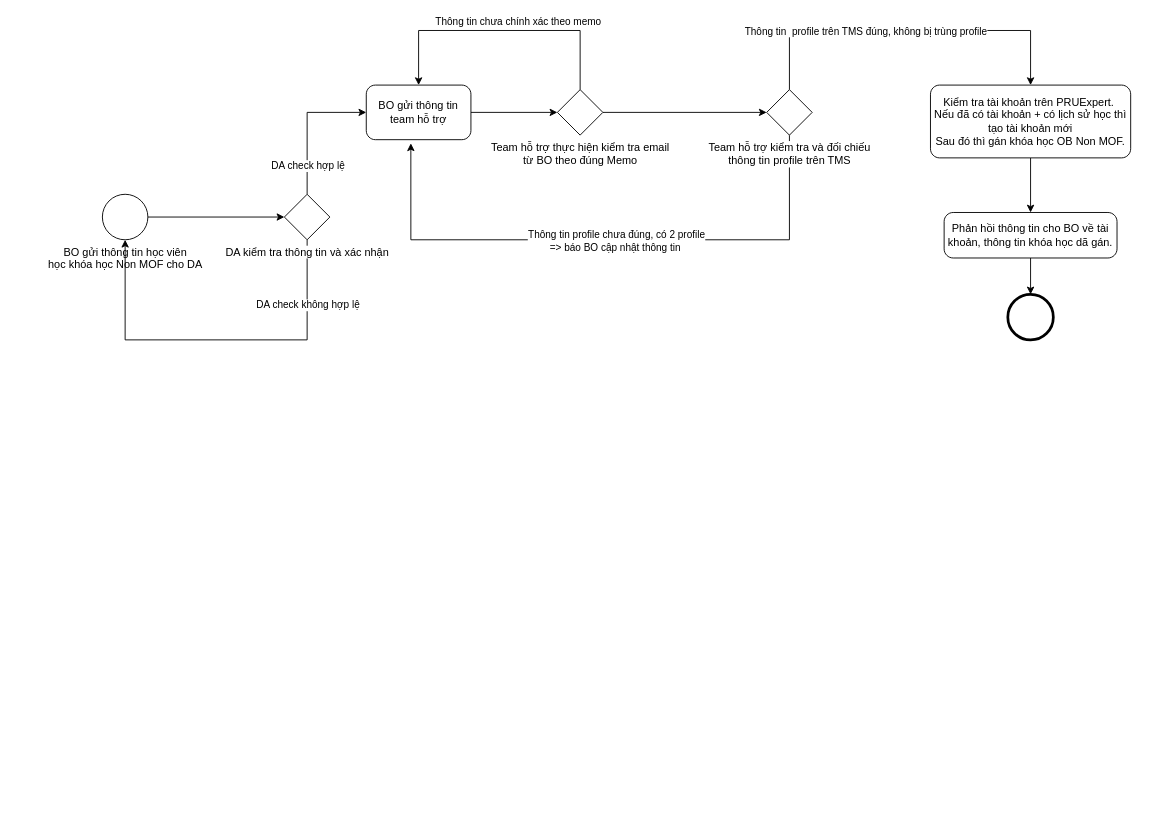
The draw.io diagram page "NoN MOF" (1 of 3) of Untitled Diagram.drawio in thanhluandhsp/litmos, before the edit. Source tidied: cells renumbered, new cells numbered last; positions are measured from the earlier drawing's top-left corner, leaving out a move shared by most shapes. Both pictures are drawn from the tidied source at 91%, with x=0, y=0 at pixel (102, 30).
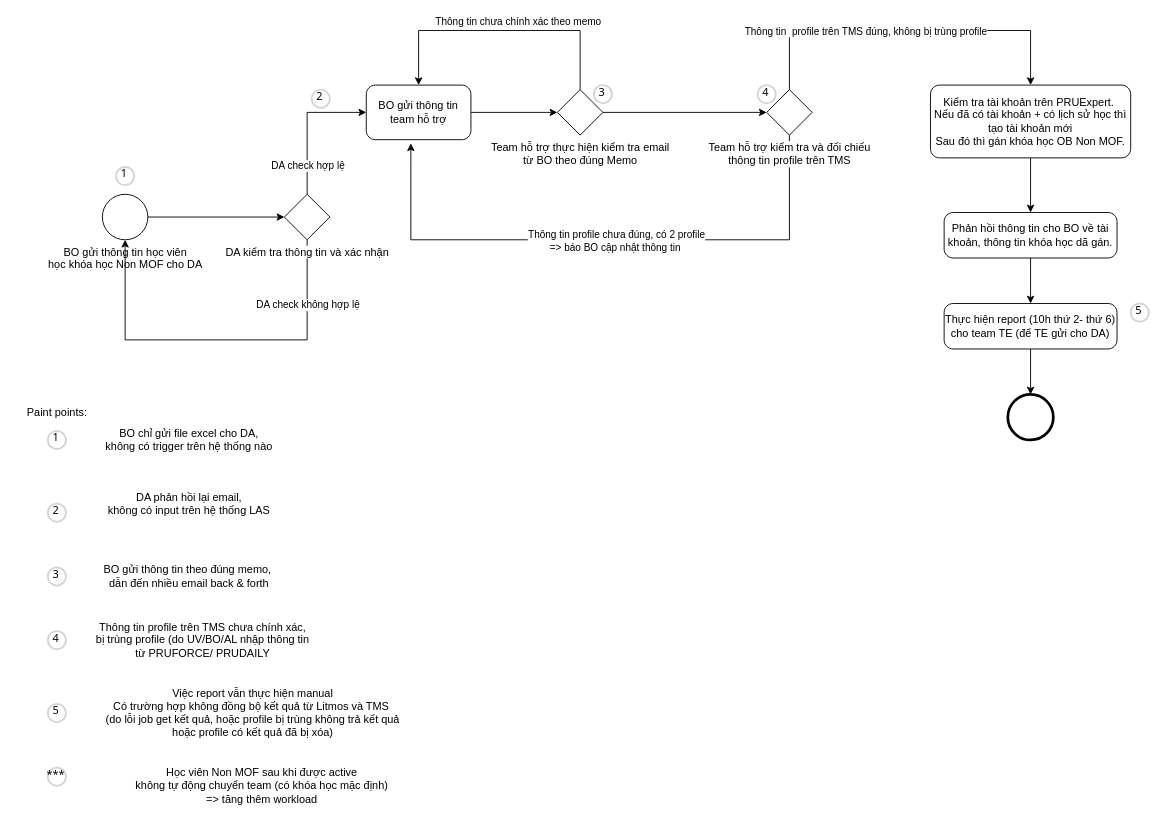
The same diagram, later.

Unchanged cells that the change refers to:
```xml
<mxCell id="23" value="Phản hồi thông tin cho BO về tài khoản, thông tin khóa học dã gán." style="points=[[0.25,0,0],[0.5,0,0],[0.75,0,0],[1,0.25,0],[1,0.5,0],[1,0.75,0],[0.75,1,0],[0.5,1,0],[0.25,1,0],[0,0.75,0],[0,0.5,0],[0,0.25,0]];shape=mxgraph.bpmn.task;whiteSpace=wrap;rectStyle=rounded;size=10;html=1;taskMarker=abstract;" parent="1" vertex="1">
  <mxGeometry x="925" y="200" width="190" height="50" as="geometry" />
</mxCell>
```

Change to the diagram source:
```diff
@@
-    <mxCell id="22" style="edgeStyle=orthogonalEdgeStyle;rounded=0;jettySize=auto;html=1;entryX=0.5;entryY=0;entryDx=0;entryDy=0;entryPerimeter=0;" parent="1" edge="1" source="23" target="24">
-      <mxGeometry relative="1" as="geometry" />
-    </mxCell>
+    <mxCell id="25" style="edgeStyle=orthogonalEdgeStyle;rounded=0;jettySize=auto;html=1;entryX=0.5;entryY=0;entryDx=0;entryDy=0;entryPerimeter=0;" parent="1" edge="1" source="23" target="40">
+      <mxGeometry relative="1" as="geometry" />
+    </mxCell>
@@
     <mxCell id="24" style="points=[[0.145,0.145,0],[0.5,0,0],[0.855,0.145,0],[1,0.5,0],[0.855,0.855,0],[0.5,1,0],[0.145,0.855,0],[0,0.5,0]];shape=mxgraph.bpmn.event;html=1;verticalLabelPosition=bottom;labelBackgroundColor=#ffffff;verticalAlign=top;align=center;perimeter=ellipsePerimeter;outlineConnect=0;outline=end;symbol=terminate2;" parent="1" vertex="1">
-      <mxGeometry x="995" y="290" width="50" height="50" as="geometry" />
+      <mxGeometry x="995" y="400" width="50" height="50" as="geometry" />
     </mxCell>
+    <mxCell id="26" value="1" style="ellipse;whiteSpace=wrap;html=1;strokeWidth=2;fontFamily=Tahoma;spacingBottom=4;spacingRight=2;strokeColor=#d3d3d3;" parent="1" vertex="1">
+      <mxGeometry x="15" y="150" width="20" height="20" as="geometry" />
+    </mxCell>
+    <mxCell id="27" value="Paint points:" style="text;html=1;align=center;verticalAlign=middle;strokeColor=none;fillColor=none;" parent="1" vertex="1">
+      <mxGeometry x="-95" y="405" width="90" height="30" as="geometry" />
+    </mxCell>
+    <mxCell id="28" value="1" style="ellipse;whiteSpace=wrap;html=1;strokeWidth=2;fontFamily=Tahoma;spacingBottom=4;spacingRight=2;strokeColor=#d3d3d3;" parent="1" vertex="1">
+      <mxGeometry x="-60" y="440" width="20" height="20" as="geometry" />
+    </mxCell>
+    <mxCell id="29" value="BO chỉ gửi file excel cho DA, &lt;br&gt;không có trigger trên hệ thống nào" style="text;html=1;align=center;verticalAlign=middle;strokeColor=none;fillColor=none;" parent="1" vertex="1">
+      <mxGeometry x="-10" y="430" width="210" height="40" as="geometry" />
+    </mxCell>
+    <mxCell id="30" value="2" style="ellipse;whiteSpace=wrap;html=1;strokeWidth=2;fontFamily=Tahoma;spacingBottom=4;spacingRight=2;strokeColor=#d3d3d3;" parent="1" vertex="1">
+      <mxGeometry x="230" y="65" width="20" height="20" as="geometry" />
+    </mxCell>
+    <mxCell id="31" value="2" style="ellipse;whiteSpace=wrap;html=1;strokeWidth=2;fontFamily=Tahoma;spacingBottom=4;spacingRight=2;strokeColor=#d3d3d3;" parent="1" vertex="1">
+      <mxGeometry x="-60" y="520" width="20" height="20" as="geometry" />
+    </mxCell>
+    <mxCell id="32" value="DA phản hồi lại email, &lt;br&gt;không có input trên hệ thống LAS&lt;br&gt;" style="text;html=1;align=center;verticalAlign=middle;strokeColor=none;fillColor=none;" parent="1" vertex="1">
+      <mxGeometry x="-5" y="500" width="200" height="40" as="geometry" />
+    </mxCell>
+    <mxCell id="33" value="3" style="ellipse;whiteSpace=wrap;html=1;strokeWidth=2;fontFamily=Tahoma;spacingBottom=4;spacingRight=2;strokeColor=#d3d3d3;" parent="1" vertex="1">
+      <mxGeometry x="540" y="60" width="20" height="20" as="geometry" />
+    </mxCell>
+    <mxCell id="34" value="4" style="ellipse;whiteSpace=wrap;html=1;strokeWidth=2;fontFamily=Tahoma;spacingBottom=4;spacingRight=2;strokeColor=#d3d3d3;" parent="1" vertex="1">
+      <mxGeometry x="720" y="60" width="20" height="20" as="geometry" />
+    </mxCell>
+    <mxCell id="35" value="3" style="ellipse;whiteSpace=wrap;html=1;strokeWidth=2;fontFamily=Tahoma;spacingBottom=4;spacingRight=2;strokeColor=#d3d3d3;" parent="1" vertex="1">
+      <mxGeometry x="-60" y="590" width="20" height="20" as="geometry" />
+    </mxCell>
+    <mxCell id="36" value="BO gửi thông tin theo đúng memo,&amp;nbsp;&lt;br&gt;dẫn đến nhiều email back &amp;amp; forth" style="text;html=1;align=center;verticalAlign=middle;strokeColor=none;fillColor=none;" parent="1" vertex="1">
+      <mxGeometry x="-10" y="580" width="210" height="40" as="geometry" />
+    </mxCell>
+    <mxCell id="37" value="4" style="ellipse;whiteSpace=wrap;html=1;strokeWidth=2;fontFamily=Tahoma;spacingBottom=4;spacingRight=2;strokeColor=#d3d3d3;" parent="1" vertex="1">
+      <mxGeometry x="-60" y="660" width="20" height="20" as="geometry" />
+    </mxCell>
+    <mxCell id="38" value="Thông tin profile trên TMS chưa chính xác, &lt;br&gt;bị trùng profile (do UV/BO/AL nhập thông tin &lt;br&gt;từ PRUFORCE/ PRUDAILY" style="text;html=1;align=center;verticalAlign=middle;strokeColor=none;fillColor=none;" parent="1" vertex="1">
+      <mxGeometry x="-20" y="640" width="260" height="60" as="geometry" />
+    </mxCell>
+    <mxCell id="39" style="edgeStyle=orthogonalEdgeStyle;rounded=0;jettySize=auto;html=1;entryX=0.5;entryY=0;entryDx=0;entryDy=0;entryPerimeter=0;" parent="1" edge="1" source="40" target="24">
+      <mxGeometry relative="1" as="geometry" />
+    </mxCell>
+    <mxCell id="40" value="Thực hiện report (10h thứ 2- thứ 6) cho team TE (để TE gửi cho DA)" style="points=[[0.25,0,0],[0.5,0,0],[0.75,0,0],[1,0.25,0],[1,0.5,0],[1,0.75,0],[0.75,1,0],[0.5,1,0],[0.25,1,0],[0,0.75,0],[0,0.5,0],[0,0.25,0]];shape=mxgraph.bpmn.task;whiteSpace=wrap;rectStyle=rounded;size=10;html=1;taskMarker=abstract;" parent="1" vertex="1">
+      <mxGeometry x="925" y="300" width="190" height="50" as="geometry" />
+    </mxCell>
+    <mxCell id="41" value="5" style="ellipse;whiteSpace=wrap;html=1;strokeWidth=2;fontFamily=Tahoma;spacingBottom=4;spacingRight=2;strokeColor=#d3d3d3;" parent="1" vertex="1">
+      <mxGeometry x="1130" y="300" width="20" height="20" as="geometry" />
+    </mxCell>
+    <mxCell id="42" value="5" style="ellipse;whiteSpace=wrap;html=1;strokeWidth=2;fontFamily=Tahoma;spacingBottom=4;spacingRight=2;strokeColor=#d3d3d3;" parent="1" vertex="1">
+      <mxGeometry x="-60" y="740" width="20" height="20" as="geometry" />
+    </mxCell>
+    <mxCell id="43" value="Việc report vẫn thực hiện manual&lt;br&gt;Có trường hợp không đồng bộ kết quả từ Litmos và TMS&amp;nbsp;&lt;br&gt;(do lỗi job get kết quả, hoặc profile bị trùng không trả kết quả &lt;br&gt;hoặc profile có kết quả đã bị xóa)" style="text;html=1;align=center;verticalAlign=middle;strokeColor=none;fillColor=none;" parent="1" vertex="1">
+      <mxGeometry x="-10" y="715" width="350" height="70" as="geometry" />
+    </mxCell>
+    <mxCell id="44" value="***" style="ellipse;whiteSpace=wrap;html=1;strokeWidth=2;fontFamily=Tahoma;spacingBottom=4;spacingRight=2;strokeColor=#d3d3d3;" parent="1" vertex="1">
+      <mxGeometry x="-60" y="810" width="20" height="20" as="geometry" />
+    </mxCell>
+    <mxCell id="45" value="Học viên Non MOF sau khi được active &lt;br&gt;không tự động chuyển team (có khóa học mặc định)&lt;br&gt;=&amp;gt; tăng thêm workload" style="text;html=1;align=center;verticalAlign=middle;strokeColor=none;fillColor=none;" parent="1" vertex="1">
+      <mxGeometry x="25" y="800" width="300" height="60" as="geometry" />
+    </mxCell>
```
